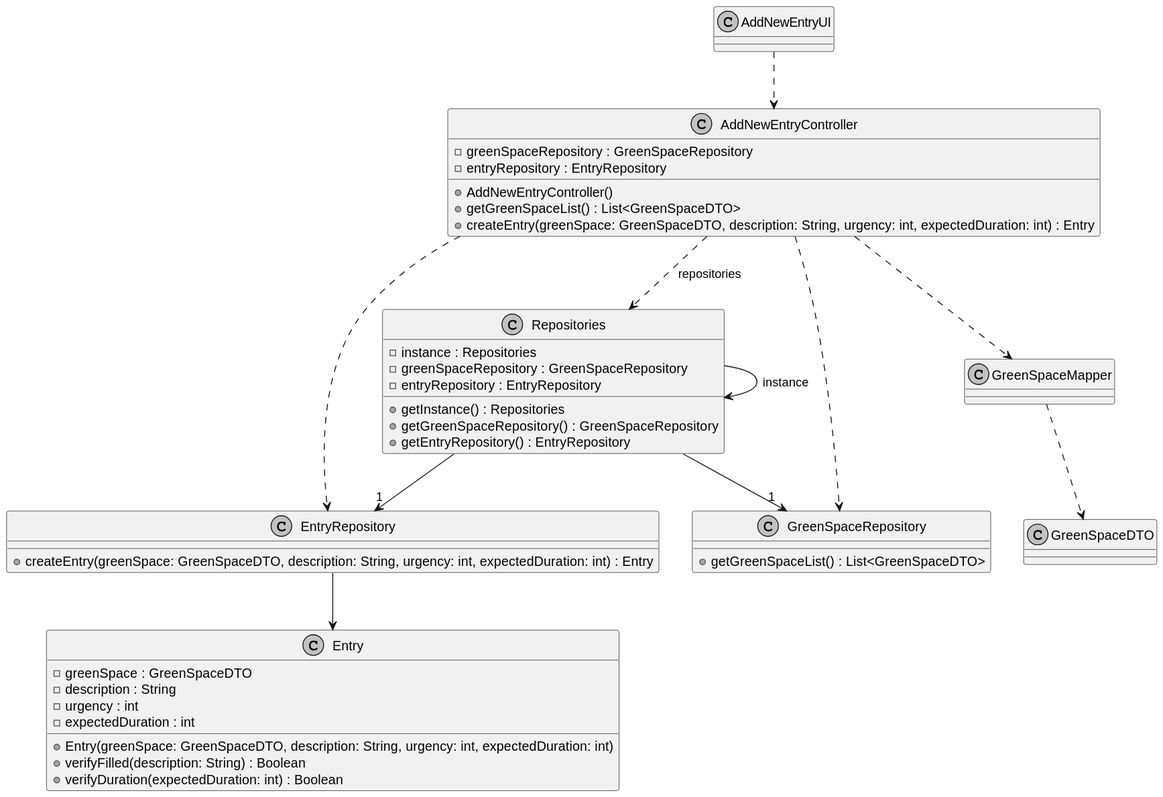
Before: docs/sprintC/us021/03.design/svg/us021-class-diagram.svg, a diagram exported from PlantUML (ricardomm7/leaflink). Its diagram source:
```plantuml
@startuml
skinparam monochrome true
skinparam packageStyle rectangle
skinparam shadowing false

class AddNewEntryUI {
}

class AddNewEntryController {
    - greenSpaceRepository : GreenSpaceRepository
    - entryRepository : EntryRepository
    + AddNewEntryController()
    + getGreenSpaceList() : List<GreenSpaceDTO>
    + createEntry(greenSpace: GreenSpaceDTO, description: String, urgency: int, expectedDuration: int) : Entry
}

class Repositories {
    - instance : Repositories
    - greenSpaceRepository : GreenSpaceRepository
    - entryRepository : EntryRepository
    + getInstance() : Repositories
    + getGreenSpaceRepository() : GreenSpaceRepository
    + getEntryRepository() : EntryRepository
}

class GreenSpaceRepository {
    + getGreenSpaceList() : List<GreenSpaceDTO>
}

class EntryRepository {
    + createEntry(greenSpace: GreenSpaceDTO, description: String, urgency: int, expectedDuration: int) : Entry
}

class Entry {
    - greenSpace : GreenSpaceDTO
    - description : String
    - urgency : int
    - expectedDuration : int
    + Entry(greenSpace: GreenSpaceDTO, description: String, urgency: int, expectedDuration: int)
    + verifyFilled(description: String) : Boolean
    + verifyDuration(expectedDuration: int) : Boolean
}

class GreenSpaceDTO {

}

class GreenSpaceMapper {
}

AddNewEntryUI ..> AddNewEntryController

AddNewEntryController ..> Repositories: repositories
Repositories --> Repositories: instance
AddNewEntryController ..> GreenSpaceRepository
AddNewEntryController ..> EntryRepository
Repositories --> "1" GreenSpaceRepository
Repositories --> "1" EntryRepository
AddNewEntryController ..> GreenSpaceMapper

GreenSpaceMapper ..> GreenSpaceDTO
EntryRepository --> Entry
@enduml
```
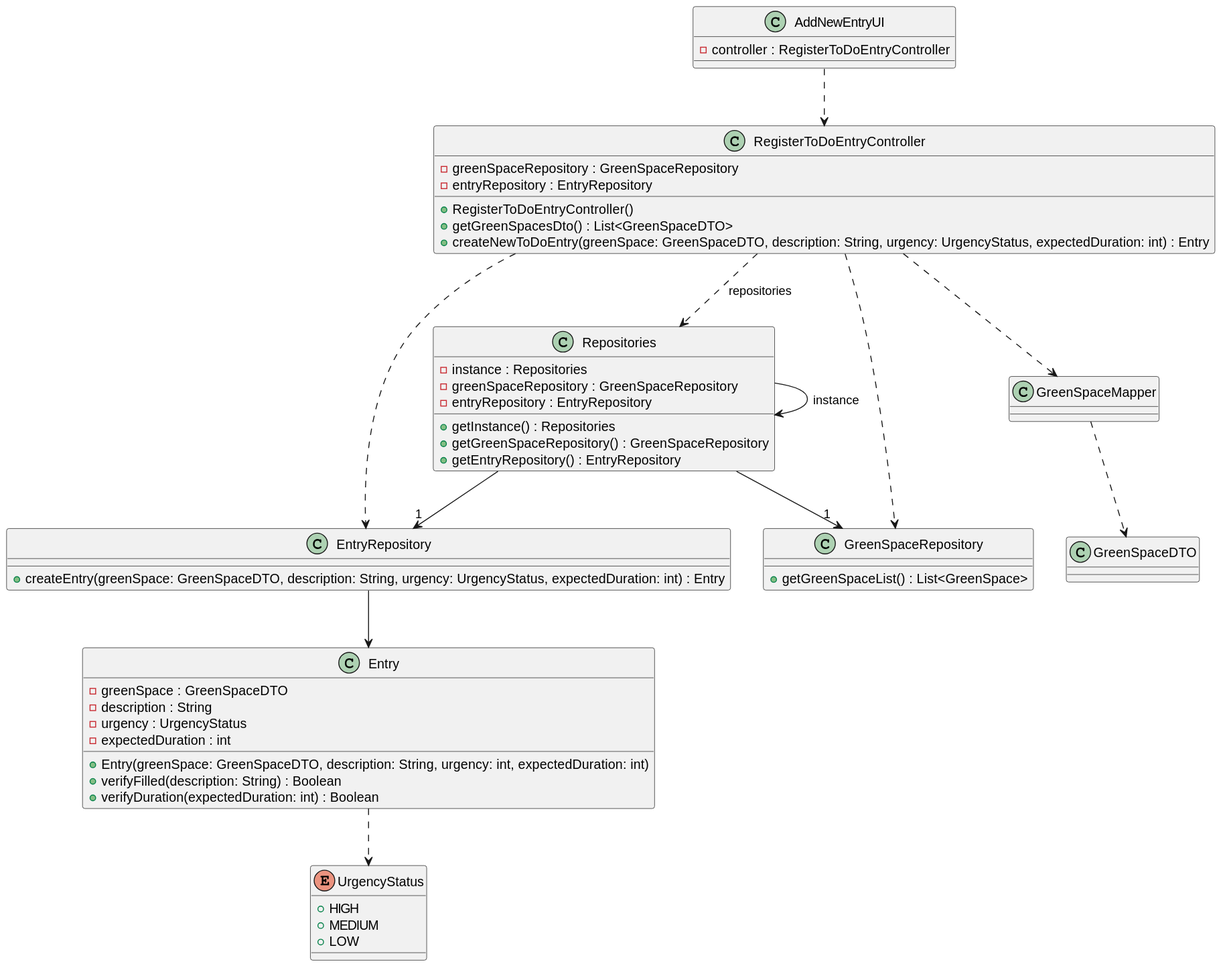
Later version of the same file.

What changed in the source:
```diff
@@ -1,17 +1,23 @@
 @startuml
-skinparam monochrome true
-skinparam packageStyle rectangle
 skinparam shadowing false
+skinparam line type polyline
 
 class AddNewEntryUI {
+    - controller : RegisterToDoEntryController
 }
 
-class AddNewEntryController {
+class RegisterToDoEntryController {
     - greenSpaceRepository : GreenSpaceRepository
     - entryRepository : EntryRepository
-    + AddNewEntryController()
-    + getGreenSpaceList() : List<GreenSpaceDTO>
-    + createEntry(greenSpace: GreenSpaceDTO, description: String, urgency: int, expectedDuration: int) : Entry
+    + RegisterToDoEntryController()
+    + getGreenSpacesDto() : List<GreenSpaceDTO>
+    + createNewToDoEntry(greenSpace: GreenSpaceDTO, description: String, urgency: UrgencyStatus, expectedDuration: int) : Entry
+}
+
+enum UrgencyStatus{
++HIGH
++MEDIUM
++LOW
 }
 
 class Repositories {
@@ -24,17 +30,17 @@
 }
 
 class GreenSpaceRepository {
-    + getGreenSpaceList() : List<GreenSpaceDTO>
+    + getGreenSpaceList() : List<GreenSpace>
 }
 
 class EntryRepository {
-    + createEntry(greenSpace: GreenSpaceDTO, description: String, urgency: int, expectedDuration: int) : Entry
+    + createEntry(greenSpace: GreenSpaceDTO, description: String, urgency: UrgencyStatus, expectedDuration: int) : Entry
 }
 
 class Entry {
     - greenSpace : GreenSpaceDTO
     - description : String
-    - urgency : int
+    - urgency : UrgencyStatus
     - expectedDuration : int
     + Entry(greenSpace: GreenSpaceDTO, description: String, urgency: int, expectedDuration: int)
     + verifyFilled(description: String) : Boolean
@@ -48,15 +54,15 @@
 class GreenSpaceMapper {
 }
 
-AddNewEntryUI ..> AddNewEntryController
-
-AddNewEntryController ..> Repositories: repositories
+AddNewEntryUI ..> RegisterToDoEntryController
+Entry ..> UrgencyStatus
+RegisterToDoEntryController ..> Repositories: repositories
 Repositories --> Repositories: instance
-AddNewEntryController ..> GreenSpaceRepository
-AddNewEntryController ..> EntryRepository
+RegisterToDoEntryController ..> GreenSpaceRepository
+RegisterToDoEntryController ..> EntryRepository
 Repositories --> "1" GreenSpaceRepository
 Repositories --> "1" EntryRepository
-AddNewEntryController ..> GreenSpaceMapper
+RegisterToDoEntryController ..> GreenSpaceMapper
 
 GreenSpaceMapper ..> GreenSpaceDTO
 EntryRepository --> Entry
```
